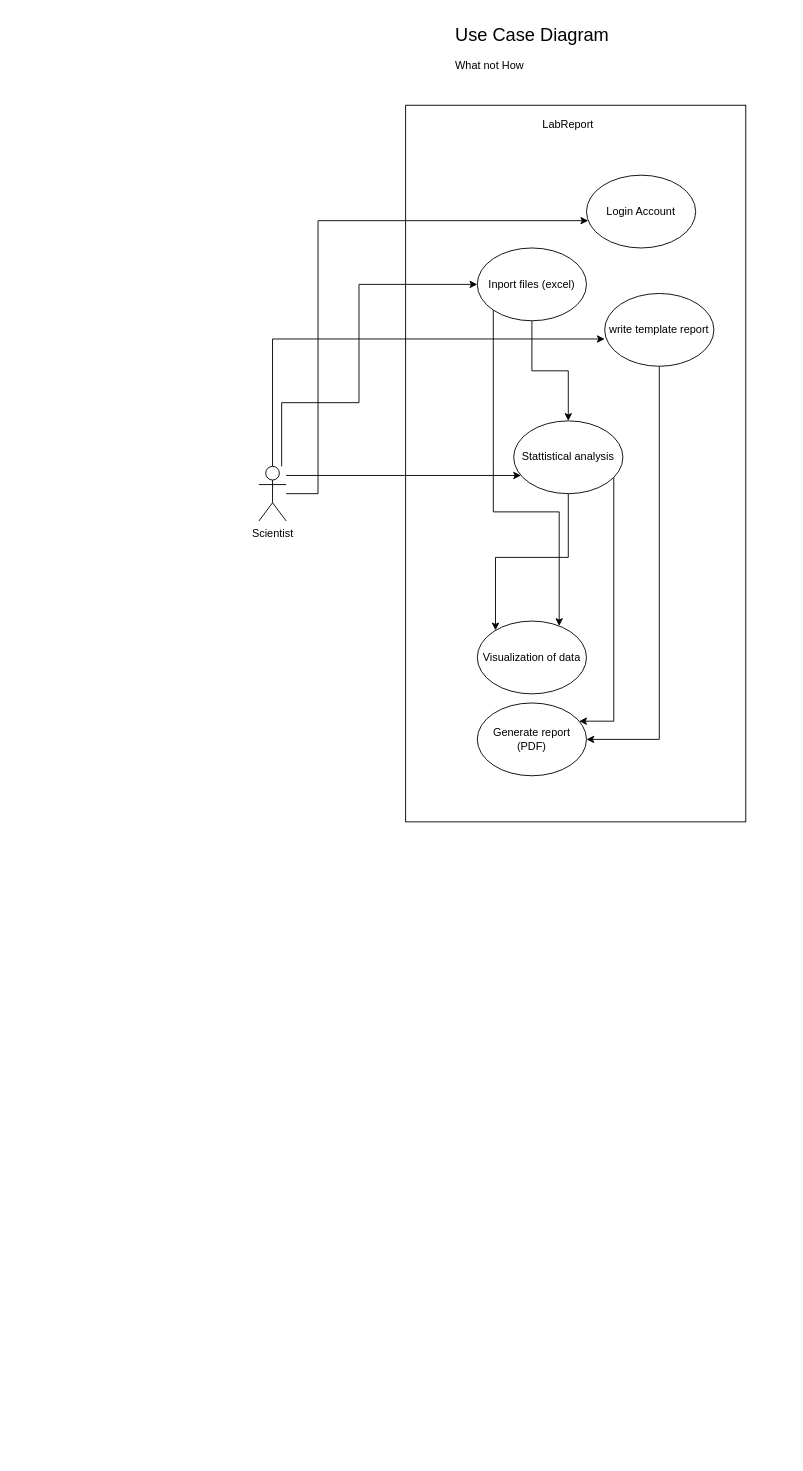
Earlier version of the draw.io diagram page "Use-cases" (1 of 6) of doc/diagrams/diagrams.drawio (AngelinaEiras/LabReport). Source tidied: cells renumbered, new cells numbered last; positions are measured from the earlier drawing's top-left corner, leaving out a move shared by most shapes. Both pictures are drawn from the tidied source at 91%, with x=0, y=0 at pixel (217, 15).
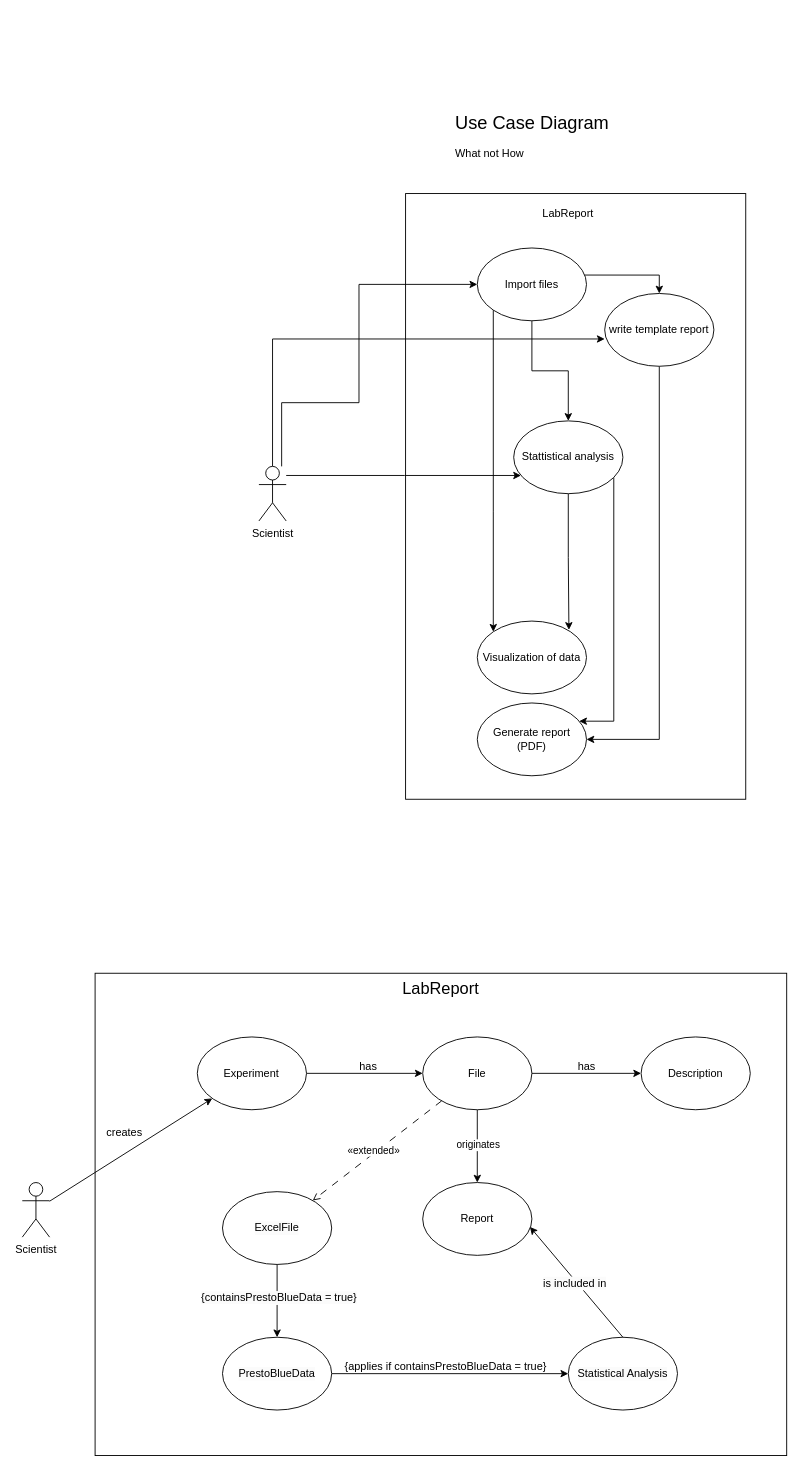
Above is the later version.

The change refers to these unchanged cells:
```xml
<mxCell id="8" value="Visualization of data" style="ellipse;whiteSpace=wrap;html=1;" parent="1" vertex="1">
  <mxGeometry x="286" y="665" width="120" height="80" as="geometry" />
</mxCell>
<mxCell id="11" value="Stattistical analysis" style="ellipse;whiteSpace=wrap;html=1;" parent="1" vertex="1">
  <mxGeometry x="326" y="445" width="120" height="80" as="geometry" />
</mxCell>
<mxCell id="16" value="Scientist" style="shape=umlActor;verticalLabelPosition=bottom;verticalAlign=top;html=1;outlineConnect=0;" parent="1" vertex="1">
  <mxGeometry x="46" y="495" width="30" height="60" as="geometry" />
</mxCell>
<mxCell id="20" value="write template report" style="ellipse;whiteSpace=wrap;html=1;" parent="1" vertex="1">
  <mxGeometry x="426" y="305" width="120" height="80" as="geometry" />
</mxCell>
```

Diff of the diagram source:
```diff
@@
+    <mxCell id="21" value="LabReport" style="rounded=0;whiteSpace=wrap;html=1;fillColor=none;verticalAlign=top;fontSize=18;" parent="1" vertex="1">
+      <mxGeometry x="-134" y="1052" width="760" height="530" as="geometry" />
+    </mxCell>
     <mxCell id="2" style="rounded=0;whiteSpace=wrap;html=1;rotation=90;" parent="1" vertex="1">
-      <mxGeometry x="0.4" y="305" width="787.5" height="373.8" as="geometry" />
+      <mxGeometry x="61.3" y="341.1" width="665.6" height="373.8" as="geometry" />
     </mxCell>
     <mxCell id="3" value="LabReport" style="text;html=1;strokeColor=none;fillColor=none;align=center;verticalAlign=middle;whiteSpace=wrap;rounded=0;" parent="1" vertex="1">
-      <mxGeometry x="356" y="105" width="60" height="30" as="geometry" />
+      <mxGeometry x="356" y="202" width="60" height="30" as="geometry" />
     </mxCell>
@@
-    <mxCell id="5" style="edgeStyle=orthogonalEdgeStyle;rounded=0;jettySize=auto;html=1;exitX=0;exitY=1;exitDx=0;exitDy=0;" parent="1" edge="1" source="6" target="8">
+    <mxCell id="5" style="edgeStyle=orthogonalEdgeStyle;rounded=0;jettySize=auto;html=1;exitX=0;exitY=1;exitDx=0;exitDy=0;entryX=0;entryY=0;entryDx=0;entryDy=0;" parent="1" edge="1" source="6" target="8">
       <mxGeometry relative="1" as="geometry">
         <Array as="points">
           <mxPoint x="304" y="545" />
-          <mxPoint x="376" y="545" />
+          <mxPoint x="304" y="545" />
         </Array>
       </mxGeometry>
     </mxCell>
+    <mxCell id="22" style="edgeStyle=orthogonalEdgeStyle;rounded=0;jettySize=auto;html=1;entryX=0.5;entryY=0;entryDx=0;entryDy=0;exitX=0.959;exitY=0.372;exitDx=0;exitDy=0;exitPerimeter=0;" parent="1" edge="1" source="6" target="20">
+      <mxGeometry relative="1" as="geometry" />
+    </mxCell>
-    <mxCell id="6" value="Inport files (excel)" style="ellipse;whiteSpace=wrap;html=1;" parent="1" vertex="1">
+    <mxCell id="6" value="Import files" style="ellipse;whiteSpace=wrap;html=1;" parent="1" vertex="1">
       <mxGeometry x="286" y="255" width="120" height="80" as="geometry" />
     </mxCell>
@@
-    <mxCell id="9" style="edgeStyle=orthogonalEdgeStyle;rounded=0;jettySize=auto;html=1;" parent="1" edge="1" source="11" target="8">
-      <mxGeometry relative="1" as="geometry">
-        <Array as="points">
-          <mxPoint x="306" y="595" />
-        </Array>
-      </mxGeometry>
+    <mxCell id="9" style="edgeStyle=orthogonalEdgeStyle;rounded=0;jettySize=auto;html=1;entryX=0.839;entryY=0.121;entryDx=0;entryDy=0;entryPerimeter=0;" parent="1" edge="1" source="11" target="8">
+      <mxGeometry relative="1" as="geometry" />
     </mxCell>
@@
-    <mxCell id="14" style="edgeStyle=orthogonalEdgeStyle;rounded=0;jettySize=auto;html=1;" parent="1" edge="1" source="16" target="17">
-      <mxGeometry relative="1" as="geometry">
-        <Array as="points">
-          <mxPoint x="111" y="525" />
-          <mxPoint x="111" y="225" />
-        </Array>
-      </mxGeometry>
-    </mxCell>
@@
-    <mxCell id="17" value="Login Account" style="ellipse;whiteSpace=wrap;html=1;" parent="1" vertex="1">
-      <mxGeometry x="406" y="175" width="120" height="80" as="geometry" />
-    </mxCell>
     <mxCell id="18" value="&lt;font style=&quot;font-size: 20px;&quot;&gt;Use Case Diagram&lt;br&gt;&lt;/font&gt;&lt;br&gt;&lt;div style=&quot;text-align: left;&quot;&gt;&lt;span style=&quot;background-color: initial;&quot;&gt;What not How&lt;/span&gt;&lt;/div&gt;" style="text;html=1;align=center;verticalAlign=middle;strokeColor=none;fillColor=none;" parent="1" vertex="1">
-      <mxGeometry x="251" width="190" height="70" as="geometry" />
+      <mxGeometry x="251" y="97" width="190" height="70" as="geometry" />
     </mxCell>
@@
+    <mxCell id="23" style="rounded=0;jettySize=auto;html=1;" parent="1" edge="1" source="24" target="31">
+      <mxGeometry relative="1" as="geometry" />
+    </mxCell>
+    <mxCell id="24" value="Experiment" style="ellipse;whiteSpace=wrap;html=1;" parent="1" vertex="1">
+      <mxGeometry x="-21.7" y="1122" width="120" height="80" as="geometry" />
+    </mxCell>
+    <mxCell id="25" style="rounded=0;jettySize=auto;html=1;" parent="1" edge="1" source="26" target="24">
+      <mxGeometry relative="1" as="geometry" />
+    </mxCell>
+    <mxCell id="26" value="Scientist" style="shape=umlActor;verticalLabelPosition=bottom;verticalAlign=top;html=1;outlineConnect=0;" parent="1" vertex="1">
+      <mxGeometry x="-214" y="1282" width="30" height="60" as="geometry" />
+    </mxCell>
+    <mxCell id="27" value="creates" style="text;html=1;align=center;verticalAlign=middle;strokeColor=none;fillColor=none;" parent="1" vertex="1">
+      <mxGeometry x="-131.7" y="1212" width="60" height="30" as="geometry" />
+    </mxCell>
+    <mxCell id="28" style="rounded=0;jettySize=auto;html=1;" parent="1" edge="1" source="31" target="32">
+      <mxGeometry relative="1" as="geometry" />
+    </mxCell>
+    <mxCell id="29" style="rounded=0;jettySize=auto;html=1;" parent="1" edge="1" source="31" target="33">
+      <mxGeometry relative="1" as="geometry" />
+    </mxCell>
+    <mxCell id="30" value="originates" style="edgeLabel;html=1;align=center;verticalAlign=middle;" parent="29" vertex="1">
+      <mxGeometry x="-0.04" relative="1" as="geometry" />
+    </mxCell>
+    <mxCell id="31" value="File" style="ellipse;whiteSpace=wrap;html=1;" parent="1" vertex="1">
+      <mxGeometry x="226" y="1122" width="120" height="80" as="geometry" />
+    </mxCell>
+    <mxCell id="32" value="Description" style="ellipse;whiteSpace=wrap;html=1;" parent="1" vertex="1">
+      <mxGeometry x="466" y="1122" width="120" height="80" as="geometry" />
+    </mxCell>
+    <mxCell id="33" value="Report" style="ellipse;whiteSpace=wrap;html=1;" parent="1" vertex="1">
+      <mxGeometry x="226" y="1282" width="120" height="80" as="geometry" />
+    </mxCell>
+    <mxCell id="34" value="has" style="text;html=1;align=center;verticalAlign=middle;strokeColor=none;fillColor=none;" parent="1" vertex="1">
+      <mxGeometry x="146" y="1140" width="40" height="30" as="geometry" />
+    </mxCell>
+    <mxCell id="35" value="has" style="text;html=1;align=center;verticalAlign=middle;strokeColor=none;fillColor=none;" parent="1" vertex="1">
+      <mxGeometry x="386" y="1140" width="40" height="30" as="geometry" />
+    </mxCell>
+    <mxCell id="36" style="rounded=0;jettySize=auto;html=1;dashed=1;dashPattern=8 8;endArrow=open;endFill=0;" parent="1" edge="1" source="31" target="40">
+      <mxGeometry relative="1" as="geometry" />
+    </mxCell>
+    <mxCell id="37" value="«extended»" style="edgeLabel;html=1;align=center;verticalAlign=middle;" parent="36" vertex="1">
+      <mxGeometry x="0.04" y="-3" relative="1" as="geometry" />
+    </mxCell>
+    <mxCell id="38" style="edgeStyle=orthogonalEdgeStyle;rounded=0;jettySize=auto;html=1;" parent="1" edge="1" source="40" target="42">
+      <mxGeometry relative="1" as="geometry" />
+    </mxCell>
+    <mxCell id="39" value="&lt;span style=&quot;font-size: 12px; background-color: rgb(251, 251, 251);&quot;&gt;{containsPrestoBlueData = true}&lt;/span&gt;" style="edgeLabel;html=1;align=center;verticalAlign=middle;" parent="38" vertex="1">
+      <mxGeometry x="-0.11" y="1" relative="1" as="geometry" />
+    </mxCell>
+    <mxCell id="40" value="&lt;pre style=&quot;forced-color-adjust: none; color: rgb(0, 0, 0); font-size: 12px; font-style: normal; font-variant-ligatures: normal; font-variant-caps: normal; font-weight: 400; letter-spacing: normal; orphans: 2; text-align: center; text-indent: 0px; text-transform: none; widows: 2; word-spacing: 0px; -webkit-text-stroke-width: 0px; background-color: rgb(251, 251, 251); text-decoration-thickness: initial; text-decoration-style: initial; text-decoration-color: initial;&quot; class=&quot;!overflow-visible&quot;&gt;&lt;span style=&quot;forced-color-adjust: none; font-family: Helvetica; white-space: normal;&quot;&gt;ExcelFile&lt;/span&gt;&lt;/pre&gt;" style="ellipse;whiteSpace=wrap;html=1;" parent="1" vertex="1">
+      <mxGeometry x="6" y="1292" width="120" height="80" as="geometry" />
+    </mxCell>
+    <mxCell id="41" style="rounded=0;jettySize=auto;html=1;" parent="1" edge="1" source="42" target="43">
+      <mxGeometry relative="1" as="geometry" />
+    </mxCell>
+    <mxCell id="42" value="&lt;pre style=&quot;forced-color-adjust: none; color: rgb(0, 0, 0); font-size: 12px; font-style: normal; font-variant-ligatures: normal; font-variant-caps: normal; font-weight: 400; letter-spacing: normal; orphans: 2; text-align: center; text-indent: 0px; text-transform: none; widows: 2; word-spacing: 0px; -webkit-text-stroke-width: 0px; background-color: rgb(251, 251, 251); text-decoration-thickness: initial; text-decoration-style: initial; text-decoration-color: initial;&quot; class=&quot;!overflow-visible&quot;&gt;&lt;pre class=&quot;!overflow-visible&quot;&gt;&lt;span style=&quot;font-family: Helvetica; white-space: normal;&quot;&gt;PrestoBlueData&lt;/span&gt;&lt;/pre&gt;&lt;/pre&gt;" style="ellipse;whiteSpace=wrap;html=1;" parent="1" vertex="1">
+      <mxGeometry x="6" y="1452" width="120" height="80" as="geometry" />
+    </mxCell>
+    <mxCell id="43" value="&lt;pre style=&quot;forced-color-adjust: none; color: rgb(0, 0, 0); font-size: 12px; font-style: normal; font-variant-ligatures: normal; font-variant-caps: normal; font-weight: 400; letter-spacing: normal; orphans: 2; text-align: center; text-indent: 0px; text-transform: none; widows: 2; word-spacing: 0px; -webkit-text-stroke-width: 0px; background-color: rgb(251, 251, 251); text-decoration-thickness: initial; text-decoration-style: initial; text-decoration-color: initial;&quot; class=&quot;!overflow-visible&quot;&gt;&lt;pre class=&quot;!overflow-visible&quot;&gt;&lt;span style=&quot;font-family: Helvetica; white-space: normal;&quot;&gt;Statistical Analysis&lt;/span&gt;&lt;br&gt;&lt;/pre&gt;&lt;/pre&gt;" style="ellipse;whiteSpace=wrap;html=1;" parent="1" vertex="1">
+      <mxGeometry x="386" y="1452" width="120" height="80" as="geometry" />
+    </mxCell>
+    <mxCell id="44" value="{applies if containsPrestoBlueData = true}" style="text;html=1;align=center;verticalAlign=middle;strokeColor=none;fillColor=none;" parent="1" vertex="1">
+      <mxGeometry x="126" y="1470" width="250" height="30" as="geometry" />
+    </mxCell>
+    <mxCell id="45" style="rounded=0;jettySize=auto;html=1;exitX=0.5;exitY=0;exitDx=0;exitDy=0;entryX=0.982;entryY=0.609;entryDx=0;entryDy=0;entryPerimeter=0;" parent="1" edge="1" source="43" target="33">
+      <mxGeometry relative="1" as="geometry" />
+    </mxCell>
+    <mxCell id="46" value="&lt;span style=&quot;font-size: 12px; background-color: rgb(251, 251, 251);&quot;&gt;is included in&lt;/span&gt;" style="edgeLabel;html=1;align=center;verticalAlign=middle;" parent="45" vertex="1">
+      <mxGeometry x="0.01" y="3" relative="1" as="geometry" />
+    </mxCell>
```
